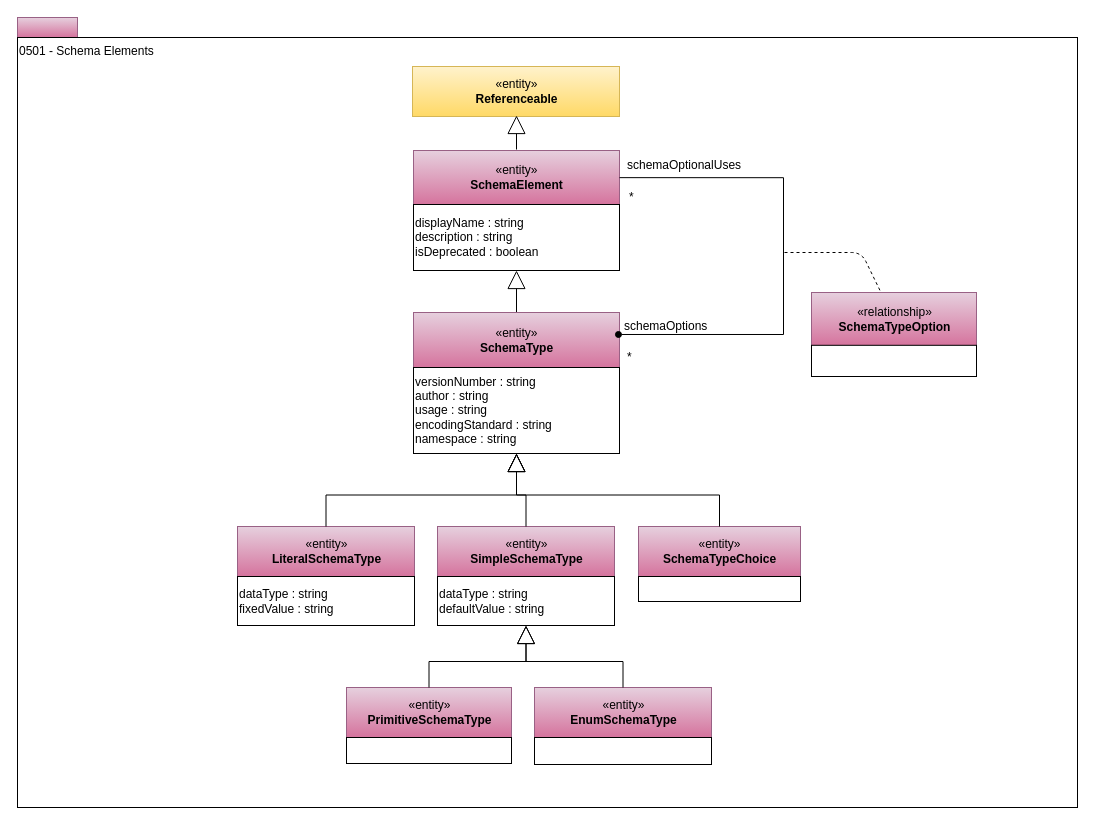
This is page "0501-Schema-Elements" (2 of 36) of site/docs/types/5/area-5-models-and-schema.drawio from odpi/egeria-docs, a draw.io file, before an edit. Source tidied: cells renumbered, new cells numbered last; positions are measured from the earlier drawing's top-left corner, leaving out a move shared by most shapes. Both pictures are drawn from the tidied source at 100%, with x=0, y=0 at pixel (17, 17).
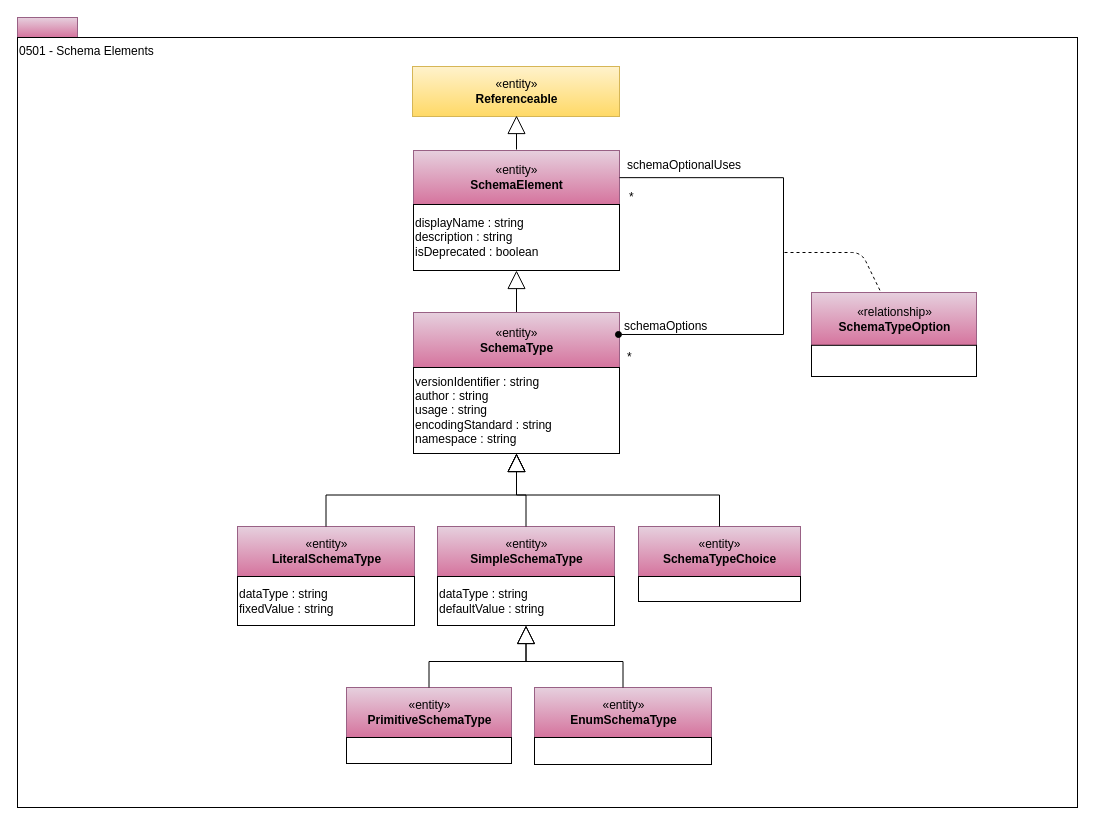
After the change.

What changed in the source:
```diff
@@
-    <mxCell id="38" value="versionNumber : string&lt;br&gt;author : string&lt;br&gt;usage : string&lt;br&gt;encodingStandard : string&lt;br&gt;namespace : string&lt;br&gt;&lt;div style=&quot;text-align: left&quot;&gt;&lt;/div&gt;" style="rounded=0;whiteSpace=wrap;html=1;strokeColor=#000000;gradientColor=#ffffff;align=left;" parent="1" vertex="1">
+    <mxCell id="38" value="versionIdentifier : string&lt;br&gt;author : string&lt;br&gt;usage : string&lt;br&gt;encodingStandard : string&lt;br&gt;namespace : string&lt;br&gt;&lt;div style=&quot;text-align: left&quot;&gt;&lt;/div&gt;" style="rounded=0;whiteSpace=wrap;html=1;strokeColor=#000000;gradientColor=#ffffff;align=left;" parent="1" vertex="1">
       <mxGeometry x="396" y="350" width="206" height="86" as="geometry" />
     </mxCell>
```
